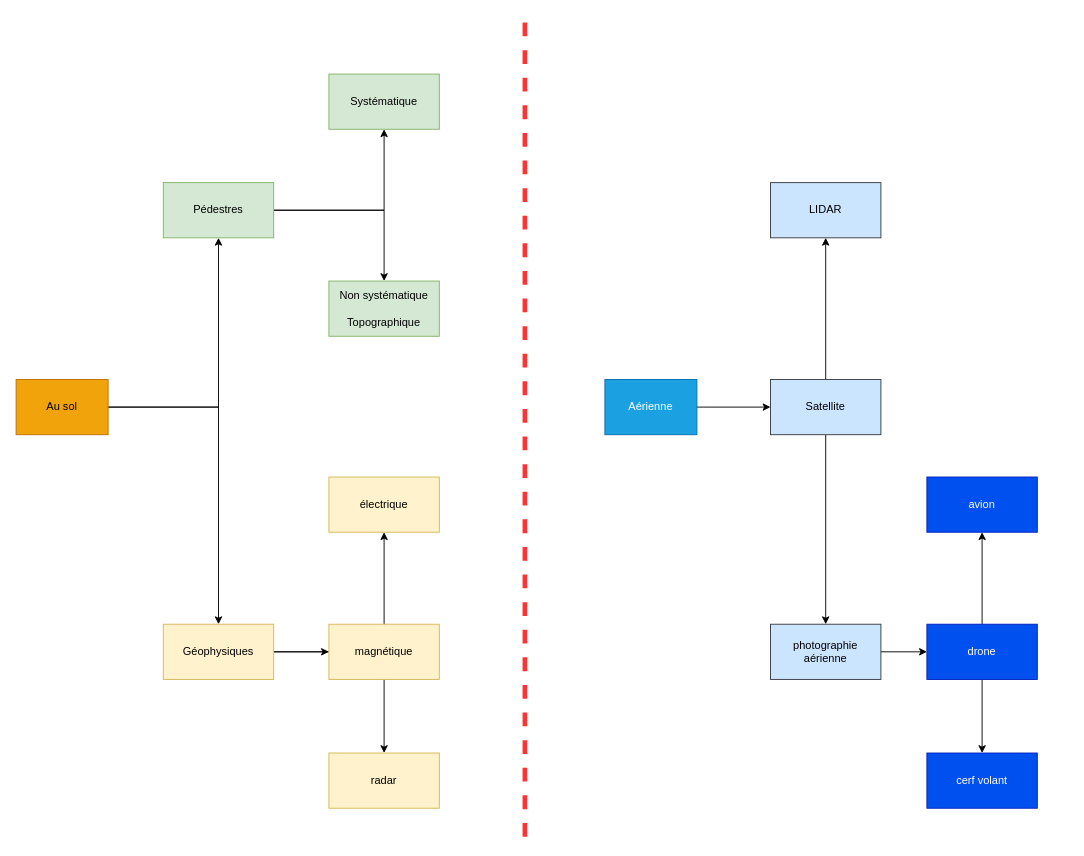
This is Prospections_archeologie.drawio from vincapozzoli/draw_diagrams, a draw.io file, before an edit. Source tidied: cells renumbered, new cells numbered last; positions are measured from the earlier drawing's top-left corner, leaving out a move shared by most shapes. Both pictures are drawn from the tidied source at 92%, with x=0, y=0 at pixel (16, 17).
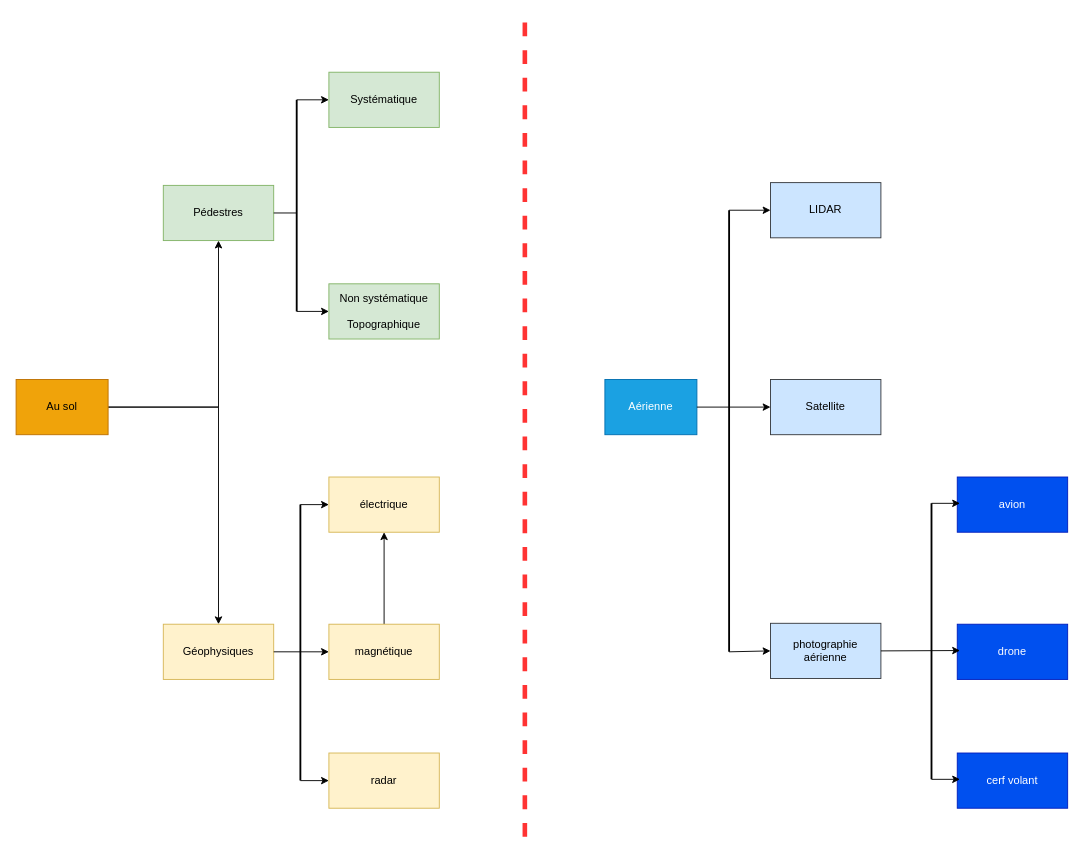
The same diagram, later.

The change refers to these unchanged cells:
```xml
<mxCell id="12" value="Géophysiques" style="whiteSpace=wrap;html=1;rounded=0;fillColor=#fff2cc;strokeColor=#d6b656;" parent="1" vertex="1">
  <mxGeometry x="160" y="659" width="120" height="60" as="geometry" />
</mxCell>
<mxCell id="13" value="électrique" style="whiteSpace=wrap;html=1;rounded=0;fillColor=#fff2cc;strokeColor=#d6b656;" parent="1" vertex="1">
  <mxGeometry x="340" y="499" width="120" height="60" as="geometry" />
</mxCell>
<mxCell id="15" value="magnétique" style="whiteSpace=wrap;html=1;rounded=0;fillColor=#fff2cc;strokeColor=#d6b656;" parent="1" vertex="1">
  <mxGeometry x="340" y="659" width="120" height="60" as="geometry" />
</mxCell>
<mxCell id="16" value="radar" style="whiteSpace=wrap;html=1;rounded=0;fillColor=#fff2cc;strokeColor=#d6b656;" parent="1" vertex="1">
  <mxGeometry x="340" y="799" width="120" height="60" as="geometry" />
</mxCell>
<mxCell id="19" value="Aérienne" style="rounded=0;whiteSpace=wrap;html=1;fillColor=#1ba1e2;strokeColor=#006EAF;fontColor=#ffffff;" parent="1" vertex="1">
  <mxGeometry x="640" y="393" width="100" height="60" as="geometry" />
</mxCell>
<mxCell id="27" value="LIDAR" style="rounded=0;whiteSpace=wrap;html=1;fillColor=#cce5ff;strokeColor=#36393d;" parent="1" vertex="1">
  <mxGeometry x="820" y="179" width="120" height="60" as="geometry" />
</mxCell>
<mxCell id="30" value="Satellite" style="rounded=0;whiteSpace=wrap;html=1;fillColor=#cce5ff;strokeColor=#36393d;" parent="1" vertex="1">
  <mxGeometry x="820" y="393" width="120" height="60" as="geometry" />
</mxCell>
```

Change to the diagram source:
```diff
@@
-    <mxCell id="5" style="edgeStyle=orthogonalEdgeStyle;rounded=0;jettySize=auto;html=1;" parent="1" edge="1" source="7" target="8">
-      <mxGeometry relative="1" as="geometry" />
-    </mxCell>
-    <mxCell id="6" style="edgeStyle=orthogonalEdgeStyle;rounded=0;jettySize=auto;html=1;" parent="1" edge="1" source="7" target="9">
-      <mxGeometry relative="1" as="geometry" />
-    </mxCell>
     <mxCell id="7" value="Pédestres" style="rounded=0;whiteSpace=wrap;html=1;fillColor=#d5e8d4;strokeColor=#82b366;" parent="1" vertex="1">
-      <mxGeometry x="160" y="179" width="120" height="60" as="geometry" />
+      <mxGeometry x="160" y="182" width="120" height="60" as="geometry" />
     </mxCell>
     <mxCell id="8" value="Systématique" style="rounded=0;whiteSpace=wrap;html=1;fillColor=#d5e8d4;strokeColor=#82b366;" parent="1" vertex="1">
-      <mxGeometry x="340" y="61" width="120" height="60" as="geometry" />
+      <mxGeometry x="340" y="59" width="120" height="60" as="geometry" />
     </mxCell>
     <mxCell id="9" value="&lt;div&gt;Non systématique&lt;/div&gt;&lt;div&gt;&lt;br&gt;&lt;/div&gt;&lt;div&gt;Topographique&lt;br&gt;&lt;/div&gt;" style="rounded=0;whiteSpace=wrap;html=1;fillColor=#d5e8d4;strokeColor=#82b366;" parent="1" vertex="1">
-      <mxGeometry x="340" y="286" width="120" height="60" as="geometry" />
+      <mxGeometry x="340" y="289" width="120" height="60" as="geometry" />
     </mxCell>
-    <mxCell id="10" style="edgeStyle=orthogonalEdgeStyle;rounded=0;jettySize=auto;html=1;" parent="1" edge="1" source="12" target="13">
-      <mxGeometry relative="1" as="geometry" />
-    </mxCell>
-    <mxCell id="11" style="edgeStyle=orthogonalEdgeStyle;rounded=0;jettySize=auto;html=1;" parent="1" edge="1" source="12" target="15">
-      <mxGeometry relative="1" as="geometry" />
-    </mxCell>
@@
-    <mxCell id="14" style="edgeStyle=orthogonalEdgeStyle;rounded=0;jettySize=auto;html=1;" parent="1" edge="1" source="15" target="16">
-      <mxGeometry relative="1" as="geometry" />
-    </mxCell>
+    <mxCell id="31" style="edgeStyle=orthogonalEdgeStyle;rounded=0;jettySize=auto;html=1;" parent="1" edge="1" source="15" target="13">
+      <mxGeometry relative="1" as="geometry" />
+    </mxCell>
@@
-    <mxCell id="18" style="edgeStyle=orthogonalEdgeStyle;rounded=0;jettySize=auto;html=1;" parent="1" edge="1" source="19" target="30">
-      <mxGeometry relative="1" as="geometry" />
-    </mxCell>
@@
-    <mxCell id="20" style="edgeStyle=orthogonalEdgeStyle;rounded=0;jettySize=auto;html=1;" parent="1" edge="1" source="21" target="25">
-      <mxGeometry relative="1" as="geometry" />
-    </mxCell>
     <mxCell id="21" value="photographie aérienne" style="whiteSpace=wrap;html=1;rounded=0;fillColor=#cce5ff;strokeColor=#36393d;" parent="1" vertex="1">
-      <mxGeometry x="820" y="659" width="120" height="60" as="geometry" />
+      <mxGeometry x="820" y="658" width="120" height="60" as="geometry" />
     </mxCell>
     <mxCell id="22" value="avion" style="whiteSpace=wrap;html=1;rounded=0;fillColor=#0050ef;strokeColor=#001DBC;fontColor=#ffffff;" parent="1" vertex="1">
-      <mxGeometry x="990" y="499" width="120" height="60" as="geometry" />
+      <mxGeometry x="1023" y="499" width="120" height="60" as="geometry" />
     </mxCell>
-    <mxCell id="23" style="edgeStyle=orthogonalEdgeStyle;rounded=0;jettySize=auto;html=1;" parent="1" edge="1" source="25" target="22">
-      <mxGeometry relative="1" as="geometry" />
-    </mxCell>
-    <mxCell id="24" style="edgeStyle=orthogonalEdgeStyle;rounded=0;jettySize=auto;html=1;" parent="1" edge="1" source="25" target="26">
-      <mxGeometry relative="1" as="geometry" />
-    </mxCell>
     <mxCell id="25" value="drone" style="whiteSpace=wrap;html=1;rounded=0;fillColor=#0050ef;strokeColor=#001DBC;fontColor=#ffffff;" parent="1" vertex="1">
-      <mxGeometry x="990" y="659" width="120" height="60" as="geometry" />
+      <mxGeometry x="1023" y="659" width="120" height="60" as="geometry" />
     </mxCell>
     <mxCell id="26" value="cerf volant" style="whiteSpace=wrap;html=1;rounded=0;fillColor=#0050ef;strokeColor=#001DBC;fontColor=#ffffff;" parent="1" vertex="1">
-      <mxGeometry x="990" y="799" width="120" height="60" as="geometry" />
+      <mxGeometry x="1023" y="799" width="120" height="60" as="geometry" />
     </mxCell>
@@
-    <mxCell id="28" style="edgeStyle=orthogonalEdgeStyle;rounded=0;jettySize=auto;html=1;exitX=0.5;exitY=0;exitDx=0;exitDy=0;entryX=0.5;entryY=1;entryDx=0;entryDy=0;" parent="1" edge="1" source="30" target="27">
-      <mxGeometry relative="1" as="geometry" />
-    </mxCell>
-    <mxCell id="29" style="edgeStyle=orthogonalEdgeStyle;rounded=0;jettySize=auto;html=1;entryX=0.5;entryY=0;entryDx=0;entryDy=0;" parent="1" edge="1" source="30" target="21">
-      <mxGeometry relative="1" as="geometry" />
-    </mxCell>
@@
+    <mxCell id="32" style="edgeStyle=orthogonalEdgeStyle;rounded=0;jettySize=auto;html=1;exitX=0;exitY=0.5;exitDx=0;exitDy=0;exitPerimeter=0;entryX=0;entryY=0.5;entryDx=0;entryDy=0;" parent="1" edge="1" source="33" target="13">
+      <mxGeometry relative="1" as="geometry" />
+    </mxCell>
+    <mxCell id="33" style="line;strokeWidth=2;direction=south;html=1;" parent="1" vertex="1">
+      <mxGeometry x="304" y="529" width="10" height="300" as="geometry" />
+    </mxCell>
+    <mxCell id="34" style="endArrow=classic;html=1;rounded=0;exitX=1;exitY=0.5;exitDx=0;exitDy=0;exitPerimeter=0;entryX=0;entryY=0.5;entryDx=0;entryDy=0;" parent="1" edge="1" source="33" target="16">
+      <mxGeometry relative="1" as="geometry" />
+    </mxCell>
+    <mxCell id="11" style="endArrow=classic;html=1;rounded=0;exitX=1;exitY=0.5;exitDx=0;exitDy=0;entryX=0;entryY=0.5;entryDx=0;entryDy=0;" parent="1" edge="1" source="12" target="15">
+      <mxGeometry relative="1" as="geometry" />
+    </mxCell>
+    <mxCell id="35" style="line;strokeWidth=2;direction=south;html=1;" parent="1" vertex="1">
+      <mxGeometry x="300" y="89" width="10" height="230" as="geometry" />
+    </mxCell>
+    <mxCell id="36" style="endArrow=classic;html=1;rounded=0;exitX=0;exitY=0.5;exitDx=0;exitDy=0;exitPerimeter=0;entryX=0;entryY=0.5;entryDx=0;entryDy=0;" parent="1" edge="1" source="35" target="8">
+      <mxGeometry relative="1" as="geometry" />
+    </mxCell>
+    <mxCell id="37" style="endArrow=classic;html=1;rounded=0;exitX=1;exitY=0.5;exitDx=0;exitDy=0;exitPerimeter=0;entryX=0;entryY=0.5;entryDx=0;entryDy=0;" parent="1" edge="1" source="35" target="9">
+      <mxGeometry relative="1" as="geometry" />
+    </mxCell>
+    <mxCell id="38" style="endArrow=none;html=1;rounded=0;exitX=1;exitY=0.5;exitDx=0;exitDy=0;" parent="1" edge="1" source="7">
+      <mxGeometry relative="1" as="geometry">
+        <mxPoint x="305" y="212" as="targetPoint" />
+      </mxGeometry>
+    </mxCell>
+    <mxCell id="39" style="line;strokeWidth=2;direction=south;html=1;" parent="1" vertex="1">
+      <mxGeometry x="770" y="209" width="10" height="480" as="geometry" />
+    </mxCell>
+    <mxCell id="40" style="edgeStyle=orthogonalEdgeStyle;rounded=0;jettySize=auto;html=1;exitX=0;exitY=0.5;exitDx=0;exitDy=0;exitPerimeter=0;entryX=0;entryY=0.5;entryDx=0;entryDy=0;" parent="1" edge="1" source="41">
+      <mxGeometry relative="1" as="geometry">
+        <mxPoint x="1026" y="527.6" as="targetPoint" />
+      </mxGeometry>
+    </mxCell>
+    <mxCell id="41" style="line;strokeWidth=2;direction=south;html=1;" parent="1" vertex="1">
+      <mxGeometry x="990" y="527.6" width="10" height="300" as="geometry" />
+    </mxCell>
+    <mxCell id="42" style="endArrow=classic;html=1;rounded=0;exitX=1;exitY=0.5;exitDx=0;exitDy=0;exitPerimeter=0;entryX=0;entryY=0.5;entryDx=0;entryDy=0;" parent="1" edge="1" source="41">
+      <mxGeometry relative="1" as="geometry">
+        <mxPoint x="1026" y="827.6" as="targetPoint" />
+      </mxGeometry>
+    </mxCell>
+    <mxCell id="43" style="endArrow=classic;html=1;rounded=0;exitX=1;exitY=0.5;exitDx=0;exitDy=0;entryX=0;entryY=0.5;entryDx=0;entryDy=0;" parent="1" edge="1" source="21">
+      <mxGeometry relative="1" as="geometry">
+        <mxPoint x="1026" y="687.6" as="targetPoint" />
+      </mxGeometry>
+    </mxCell>
+    <mxCell id="44" style="endArrow=classic;html=1;rounded=0;exitX=0;exitY=0.5;exitDx=0;exitDy=0;exitPerimeter=0;entryX=0;entryY=0.5;entryDx=0;entryDy=0;" parent="1" edge="1" source="39" target="27">
+      <mxGeometry relative="1" as="geometry" />
+    </mxCell>
+    <mxCell id="18" style="endArrow=classic;html=1;rounded=0;exitX=1;exitY=0.5;exitDx=0;exitDy=0;entryX=0;entryY=0.5;entryDx=0;entryDy=0;" parent="1" edge="1" source="19" target="30">
+      <mxGeometry relative="1" as="geometry" />
+    </mxCell>
+    <mxCell id="45" style="endArrow=classic;html=1;rounded=0;exitX=1;exitY=0.5;exitDx=0;exitDy=0;exitPerimeter=0;entryX=0;entryY=0.5;entryDx=0;entryDy=0;" parent="1" edge="1" source="39" target="21">
+      <mxGeometry relative="1" as="geometry" />
+    </mxCell>
```
